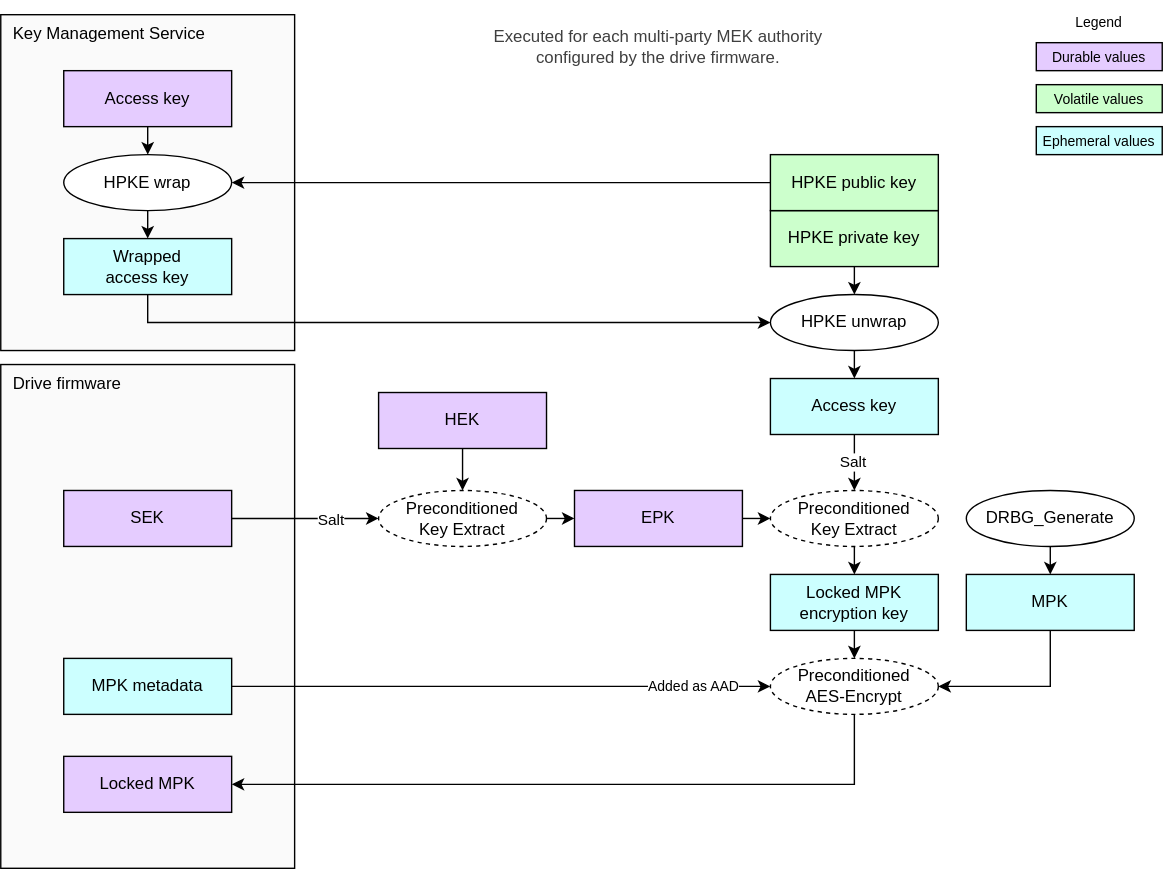
Before: doc/ocp_lock/diagrams/mpk_generate.drawio.svg, a diagram exported from draw.io (chipsalliance/Caliptra). Source tidied: cells renumbered, new cells last; positions are measured from the earlier drawing's top-left corner, leaving out a move shared by most shapes.
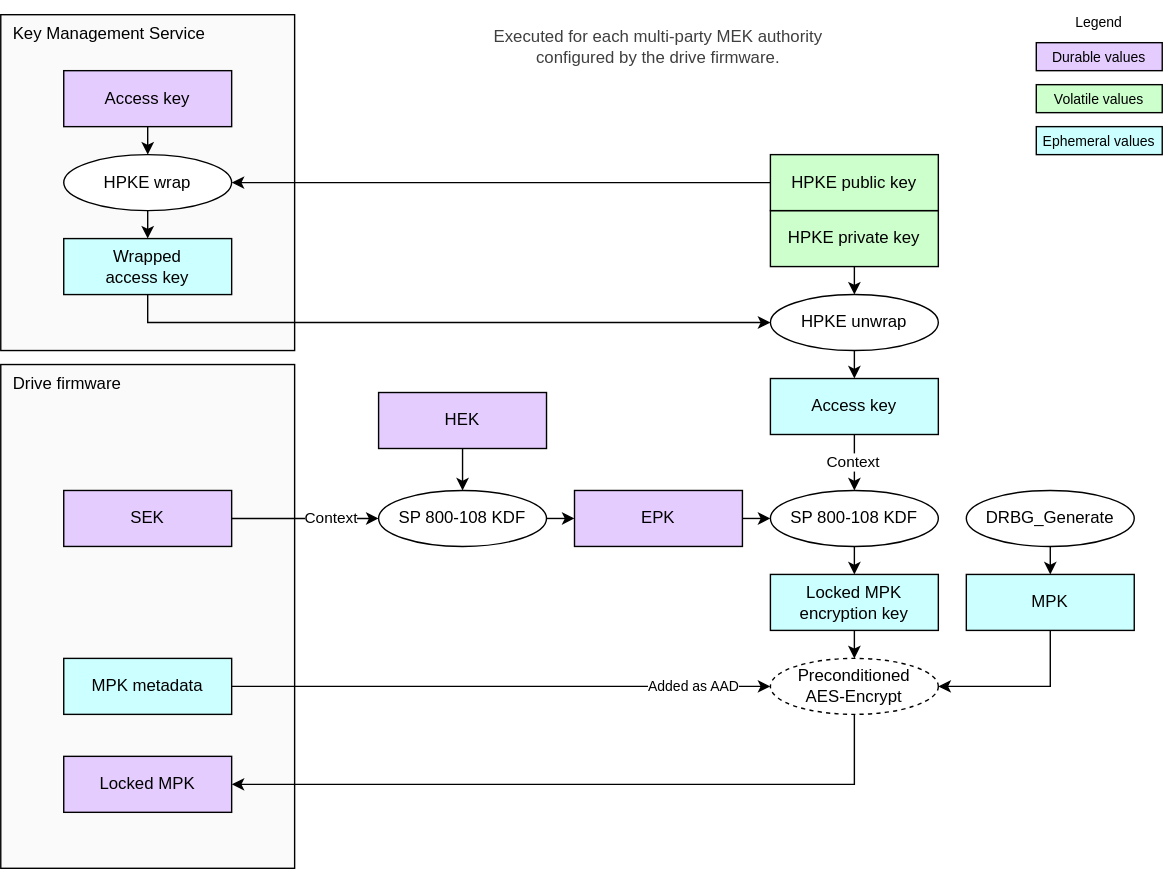
After the change.

Commit message:
Simplify LOCK to avoid use of preconditioned-key-extract.

Diff of the diagram source:
```diff
@@ -105,9 +105,9 @@
     <mxCell id="34" style="edgeStyle=none;html=1;exitX=1;exitY=0.5;exitDx=0;exitDy=0;entryX=0;entryY=0.5;entryDx=0;entryDy=0;" parent="1" edge="1" source="36" target="41">
       <mxGeometry relative="1" as="geometry" />
     </mxCell>
-    <mxCell id="35" value="Salt" style="edgeLabel;html=1;align=center;verticalAlign=middle;" parent="34" vertex="1">
+    <mxCell id="35" value="Context" style="edgeLabel;html=1;align=center;verticalAlign=middle;" parent="34" vertex="1">
       <mxGeometry x="0.24" y="1" relative="1" as="geometry">
-        <mxPoint x="5" y="1" as="offset" />
+        <mxPoint x="5" as="offset" />
       </mxGeometry>
     </mxCell>
     <mxCell id="36" value="&lt;div&gt;&lt;font color=&quot;#000000&quot;&gt;SEK&lt;/font&gt;&lt;/div&gt;" style="rounded=0;whiteSpace=wrap;html=1;align=center;verticalAlign=middle;shadow=0;glass=0;spacingLeft=0;spacingBottom=0;spacingTop=0;fillColor=#E5CCFF;" parent="1" vertex="1">
@@ -127,7 +127,7 @@
     <mxCell id="40" style="edgeStyle=none;html=1;exitX=1;exitY=0.5;exitDx=0;exitDy=0;entryX=0;entryY=0.5;entryDx=0;entryDy=0;" parent="1" edge="1" source="41" target="43">
       <mxGeometry relative="1" as="geometry" />
     </mxCell>
-    <mxCell id="41" value="&lt;span style=&quot;color: rgb(0, 0, 0);&quot;&gt;Preconditioned&lt;/span&gt;&lt;div&gt;Key Extract&lt;/div&gt;" style="ellipse;whiteSpace=wrap;html=1;fillColor=#FFFFFF;dashed=1;" parent="1" vertex="1">
+    <mxCell id="41" value="SP 800-108 KDF" style="ellipse;whiteSpace=wrap;html=1;fillColor=#FFFFFF;" parent="1" vertex="1">
       <mxGeometry x="270" y="350" width="120" height="40" as="geometry" />
     </mxCell>
     <mxCell id="42" style="edgeStyle=none;html=1;exitX=1;exitY=0.5;exitDx=0;exitDy=0;entryX=0;entryY=0.5;entryDx=0;entryDy=0;" parent="1" edge="1" source="43" target="44">
@@ -136,13 +136,13 @@
     <mxCell id="43" value="&lt;div&gt;&lt;font color=&quot;#000000&quot;&gt;EPK&lt;/font&gt;&lt;/div&gt;" style="rounded=0;whiteSpace=wrap;html=1;align=center;verticalAlign=middle;shadow=0;glass=0;spacingLeft=0;spacingBottom=0;spacingTop=0;fillColor=#E5CCFF;" parent="1" vertex="1">
       <mxGeometry x="410" y="350" width="120" height="40" as="geometry" />
     </mxCell>
-    <mxCell id="44" value="&lt;span style=&quot;color: rgb(0, 0, 0);&quot;&gt;Preconditioned&lt;/span&gt;&lt;div&gt;Key Extract&lt;/div&gt;" style="ellipse;whiteSpace=wrap;html=1;fillColor=#FFFFFF;dashed=1;" parent="1" vertex="1">
+    <mxCell id="44" value="&lt;span style=&quot;color: rgb(0, 0, 0);&quot;&gt;SP 800-108 KDF&lt;/span&gt;" style="ellipse;whiteSpace=wrap;html=1;fillColor=#FFFFFF;" parent="1" vertex="1">
       <mxGeometry x="550" y="350" width="120" height="40" as="geometry" />
     </mxCell>
     <mxCell id="45" style="edgeStyle=none;html=1;entryX=0.5;entryY=0;entryDx=0;entryDy=0;exitX=0.5;exitY=1;exitDx=0;exitDy=0;" parent="1" edge="1" source="9" target="44">
       <mxGeometry relative="1" as="geometry" />
     </mxCell>
-    <mxCell id="46" value="Salt" style="edgeLabel;html=1;align=center;verticalAlign=middle;" parent="45" vertex="1">
+    <mxCell id="46" value="Context" style="edgeLabel;html=1;align=center;verticalAlign=middle;" parent="45" vertex="1">
       <mxGeometry x="-0.05" y="-2" relative="1" as="geometry" />
     </mxCell>
   </root>
```
